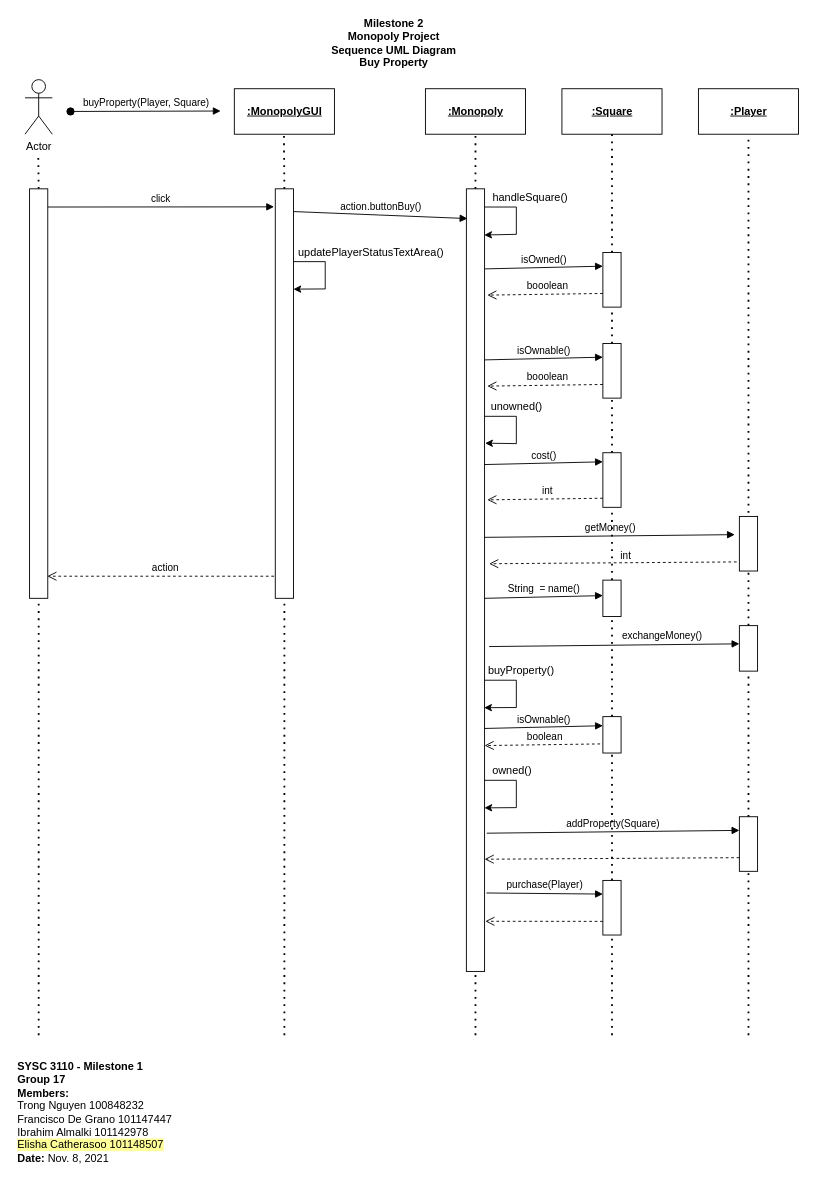
The draw.io diagram page "SequenceUML_2" (3 of 5) of M3_ClassUML.drawio in trong0dn/monopoly, before the edit. Source tidied: cells renumbered, new cells numbered last; positions are measured from the earlier drawing's top-left corner, leaving out a move shared by most shapes. Both pictures are drawn from the tidied source at 91%, with x=0, y=0 at pixel (15, 15).
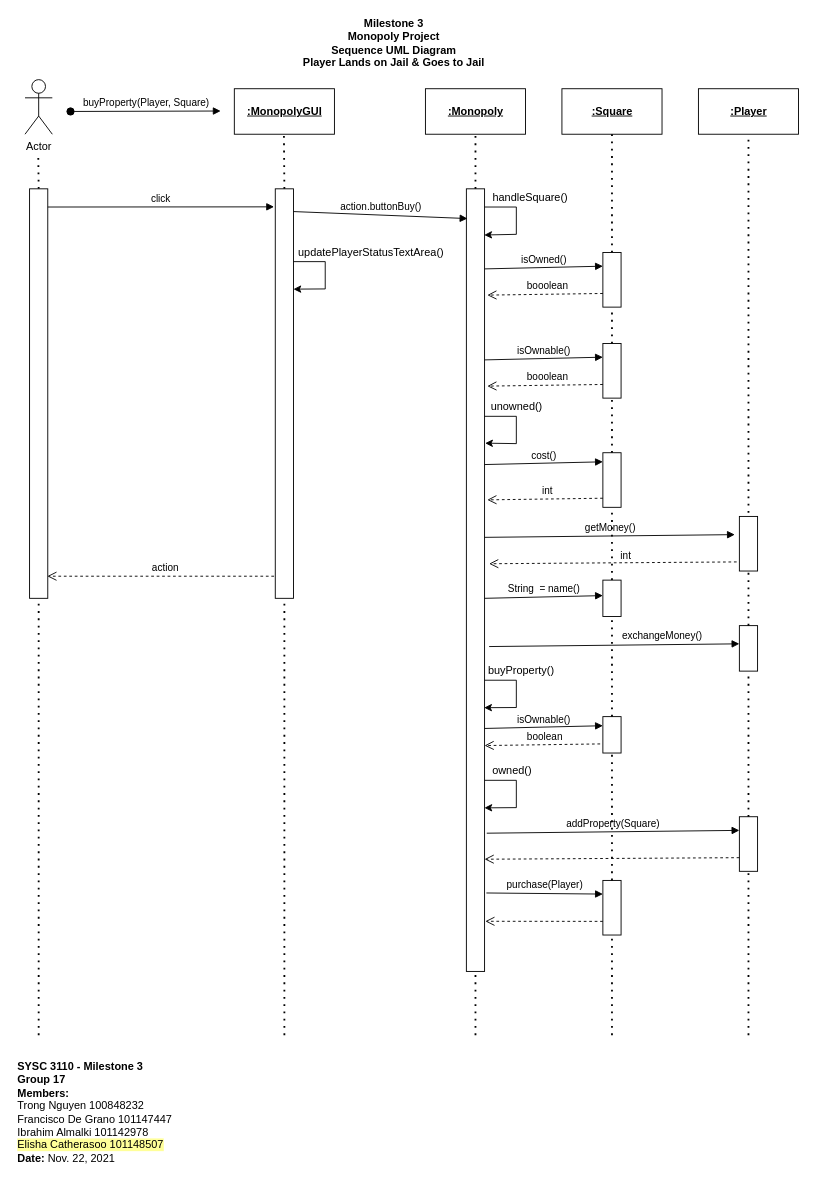
The same page after the edit.

Diff of the diagram source:
```diff
@@
-    <mxCell id="2" value="&lt;b&gt;SYSC 3110 - Milestone 1&lt;/b&gt;&lt;br&gt;&lt;b&gt;Group 17&lt;/b&gt;&lt;br&gt;&lt;b&gt;Members:&lt;/b&gt;&lt;br&gt;Trong Nguyen 100848232 &lt;br&gt;Francisco De Grano 101147447 &lt;br&gt;&lt;span style=&quot;background-color: rgb(255 , 255 , 255)&quot;&gt;Ibrahim Almalki 101142978 &lt;br&gt;&lt;/span&gt;&lt;span style=&quot;background-color: rgb(255 , 255 , 153)&quot;&gt;Elisha Catherasoo 101148507&lt;br&gt;&lt;/span&gt;&lt;b&gt;Date: &lt;/b&gt;Nov. 8, 2021" style="text;html=1;strokeColor=none;fillColor=none;align=left;verticalAlign=middle;whiteSpace=wrap;rounded=0;" parent="1" vertex="1">
+    <mxCell id="2" value="&lt;b&gt;SYSC 3110 - Milestone 3&lt;/b&gt;&lt;br&gt;&lt;b&gt;Group 17&lt;/b&gt;&lt;br&gt;&lt;b&gt;Members:&lt;/b&gt;&lt;br&gt;Trong Nguyen 100848232 &lt;br&gt;Francisco De Grano 101147447 &lt;br&gt;&lt;span style=&quot;background-color: rgb(255 , 255 , 255)&quot;&gt;Ibrahim Almalki 101142978 &lt;br&gt;&lt;/span&gt;&lt;span style=&quot;background-color: rgb(255 , 255 , 153)&quot;&gt;Elisha Catherasoo 101148507&lt;/span&gt;&lt;br&gt;&lt;b&gt;Date: &lt;/b&gt;Nov. 22, 2021" style="text;html=1;strokeColor=none;fillColor=none;align=left;verticalAlign=middle;whiteSpace=wrap;rounded=0;" parent="1" vertex="1">
       <mxGeometry y="1140" width="200" height="130" as="geometry" />
     </mxCell>
-    <mxCell id="3" value="&lt;b&gt;Milestone 2&lt;br&gt;Monopoly Project&lt;br&gt;Sequence UML Diagram&lt;br&gt;Buy Property&lt;br&gt;&lt;/b&gt;" style="text;html=1;align=center;verticalAlign=middle;strokeColor=none;fillColor=none;" parent="1" vertex="1">
-      <mxGeometry x="340" width="150" height="60" as="geometry" />
+    <mxCell id="3" value="&lt;b&gt;Milestone 3&lt;/b&gt;&lt;br&gt;&lt;b&gt;Monopoly Project&lt;/b&gt;&lt;br&gt;&lt;b&gt;Sequence UML Diagram&lt;/b&gt;&lt;br&gt;&lt;b&gt;Player Lands on Jail &amp;amp; Goes to Jail&lt;/b&gt;" style="text;html=1;align=center;verticalAlign=middle;strokeColor=none;fillColor=none;" parent="1" vertex="1">
+      <mxGeometry x="310" width="210" height="60" as="geometry" />
     </mxCell>
```
